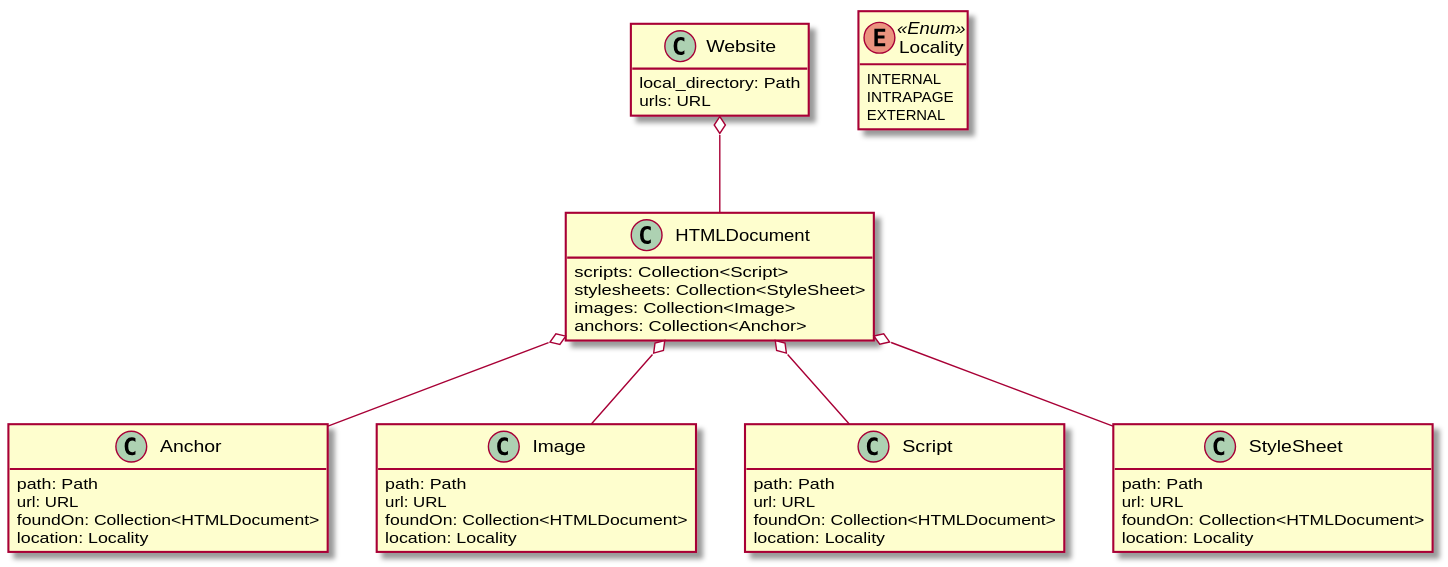
The PlantUML diagram domain_03.svg in cstkennedy/Phase-3-Brainstorming-Web-Analysis, before a commit.
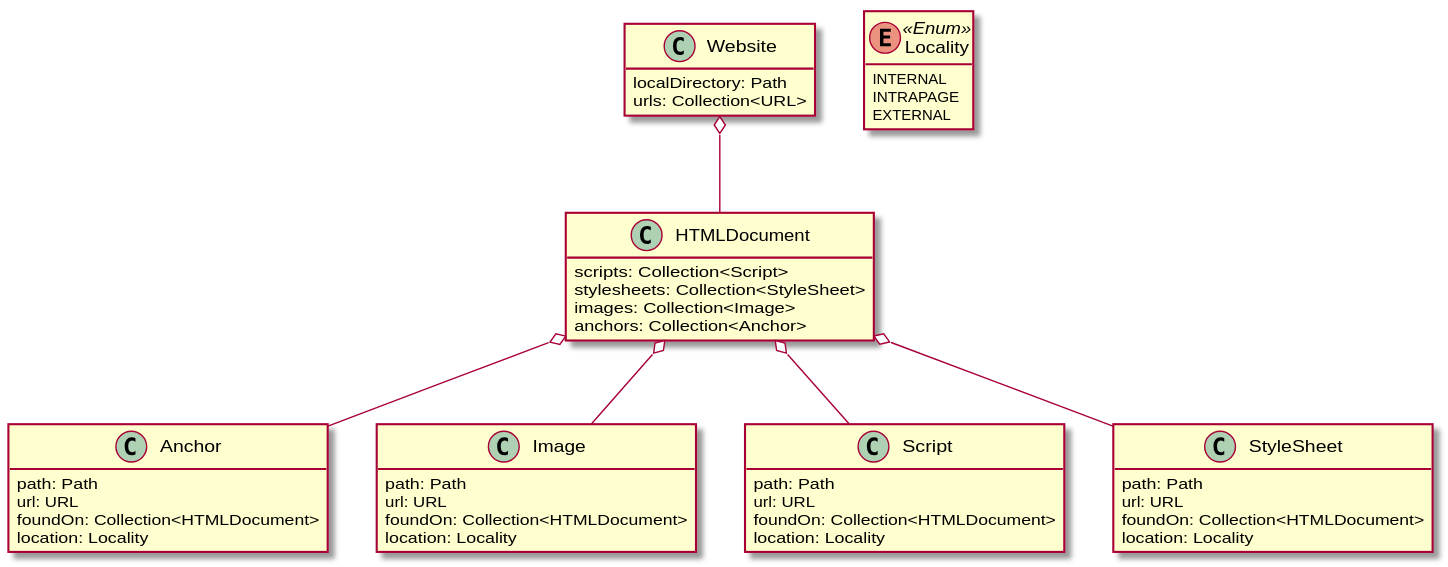
After the change.

Change to the diagram source:
```diff
@@ -2,8 +2,8 @@
 hide empty members
 
 class Website {
-    local_directory: Path
-    urls: URL
+    localDirectory: Path
+    urls: Collection<URL>
 }
 
 class HTMLDocument {
```
